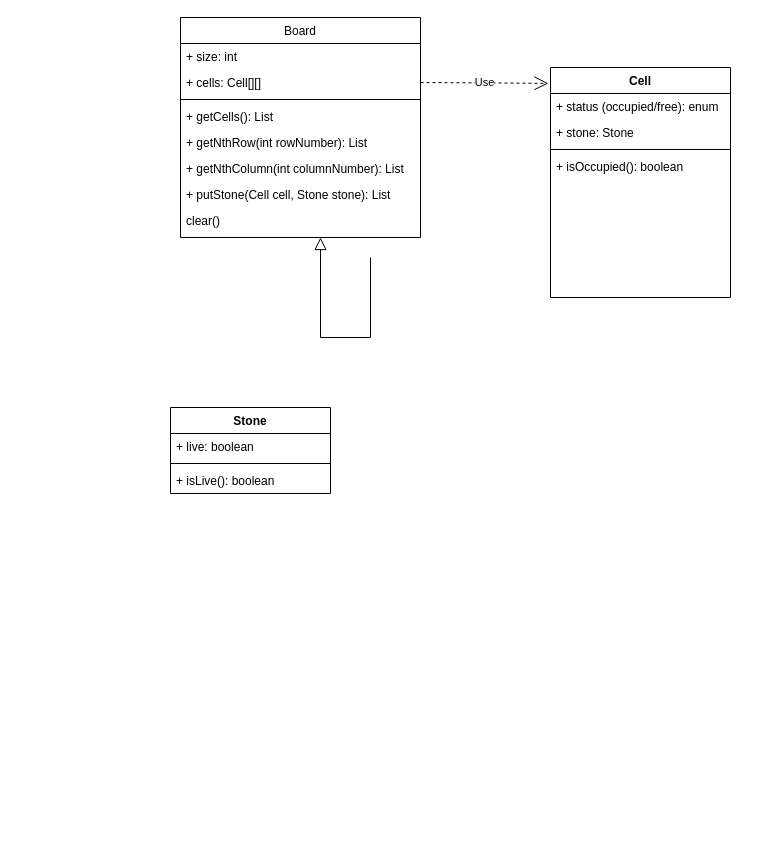
Earlier version of the draw.io diagram class_diagram.drawio (peiva-git/SDM_project). Source tidied: cells renumbered, new cells numbered last; positions are measured from the earlier drawing's top-left corner, leaving out a move shared by most shapes. Both pictures are drawn from the tidied source at 100%, with x=0, y=0 at pixel (170, 17).
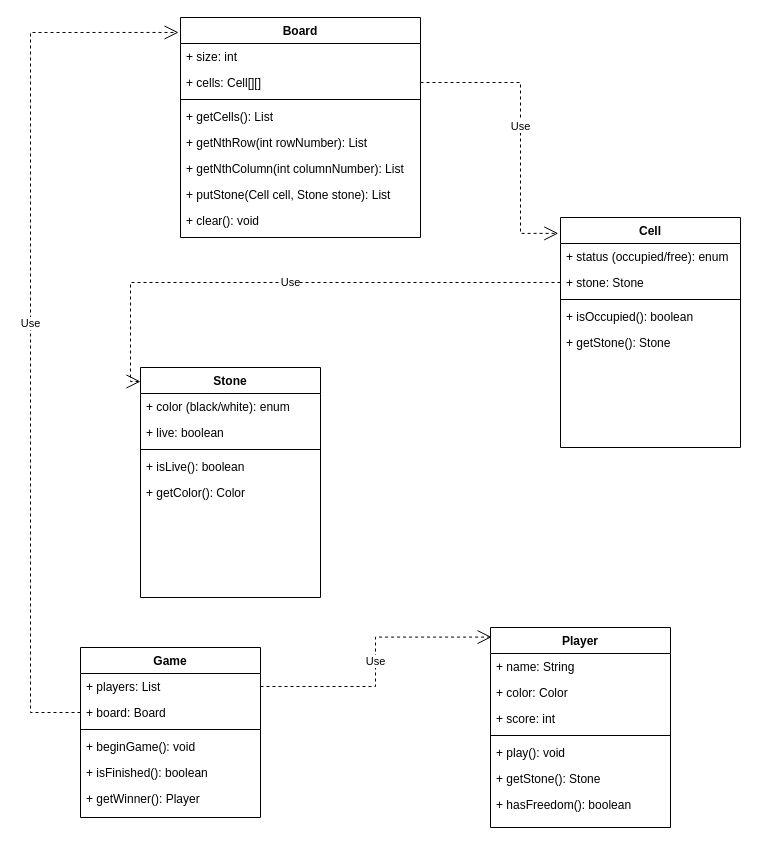
The same page after the edit.

The change refers to these unchanged cells:
```xml
<mxCell id="4" value="+ cells: Cell[][]" style="text;align=left;verticalAlign=top;spacingLeft=4;spacingRight=4;overflow=hidden;points=[[0,0.5],[1,0.5]];portConstraint=eastwest;rounded=0;shadow=0;html=0;" parent="2" vertex="1">
  <mxGeometry y="52" width="240" height="26" as="geometry" />
</mxCell>
<mxCell id="14" value="+ stone: Stone" style="text;align=left;verticalAlign=top;spacingLeft=4;spacingRight=4;overflow=hidden;points=[[0,0.5],[1,0.5]];portConstraint=eastwest;" parent="12" vertex="1">
  <mxGeometry y="52" width="180" height="26" as="geometry" />
</mxCell>
```

What changed in the source:
```diff
@@
-    <mxCell id="2" value="Board" style="swimlane;fontStyle=0;align=center;verticalAlign=top;horizontal=1;startSize=26;rounded=0;shadow=0;strokeWidth=1;" parent="1" vertex="1">
+    <mxCell id="2" value="Board" style="swimlane;fontStyle=1;align=center;verticalAlign=top;horizontal=1;startSize=26;rounded=0;shadow=0;strokeWidth=1;" parent="1" vertex="1">
       <mxGeometry x="10" width="240" height="220" as="geometry" />
     </mxCell>
@@
-    <mxCell id="10" value="clear()" style="text;align=left;verticalAlign=top;spacingLeft=4;spacingRight=4;overflow=hidden;" parent="2" vertex="1">
+    <mxCell id="10" value="+ clear(): void" style="text;align=left;verticalAlign=top;spacingLeft=4;spacingRight=4;overflow=hidden;" parent="2" vertex="1">
       <mxGeometry y="190" width="240" height="26" as="geometry" />
     </mxCell>
-    <mxCell id="11" style="endArrow=block;endSize=10;endFill=0;shadow=0;strokeWidth=1;rounded=0;edgeStyle=elbowEdgeStyle;elbow=vertical;" parent="1" edge="1" target="2">
-      <mxGeometry relative="1" as="geometry">
-        <mxPoint x="200" y="240" as="sourcePoint" />
-        <Array as="points">
-          <mxPoint x="150" y="320" />
-        </Array>
-      </mxGeometry>
-    </mxCell>
     <mxCell id="12" value="Cell" style="swimlane;fontStyle=1;align=center;verticalAlign=top;horizontal=1;startSize=26;rounded=0;shadow=0;strokeWidth=1;" parent="1" vertex="1">
-      <mxGeometry x="380" y="50" width="180" height="230" as="geometry" />
+      <mxGeometry x="390" y="200" width="180" height="230" as="geometry" />
     </mxCell>
@@
+    <mxCell id="22" value="+ getStone(): Stone" style="text;align=left;verticalAlign=top;spacingLeft=4;spacingRight=4;overflow=hidden;" parent="12" vertex="1">
+      <mxGeometry y="112" width="180" height="26" as="geometry" />
+    </mxCell>
-    <mxCell id="17" value="Use" style="endArrow=open;endSize=12;dashed=1;html=1;rounded=0;exitX=1;exitY=0.5;exitDx=0;exitDy=0;entryX=-0.012;entryY=0.069;entryDx=0;entryDy=0;entryPerimeter=0;" parent="1" edge="1" source="4" target="12">
-      <mxGeometry relative="1" as="geometry" />
+    <mxCell id="17" value="Use" style="endArrow=open;endSize=12;dashed=1;html=1;rounded=0;exitX=1;exitY=0.5;exitDx=0;exitDy=0;entryX=-0.012;entryY=0.069;entryDx=0;entryDy=0;entryPerimeter=0;edgeStyle=orthogonalEdgeStyle;" parent="1" edge="1" source="4" target="12">
+      <mxGeometry relative="1" as="geometry">
+        <Array as="points">
+          <mxPoint x="350" y="65" />
+          <mxPoint x="350" y="216" />
+        </Array>
+      </mxGeometry>
     </mxCell>
+    <mxCell id="23" value="Use" style="endArrow=open;endSize=12;dashed=1;html=1;rounded=0;exitX=0;exitY=0.5;exitDx=0;exitDy=0;edgeStyle=orthogonalEdgeStyle;entryX=0;entryY=0.061;entryDx=0;entryDy=0;entryPerimeter=0;" parent="1" edge="1" source="14" target="18">
+      <mxGeometry relative="1" as="geometry" />
+    </mxCell>
-    <mxCell id="18" value="Stone" style="swimlane;fontStyle=1;align=center;verticalAlign=top;horizontal=1;startSize=26;whiteSpace=wrap;html=1;" parent="1" vertex="1">
-      <mxGeometry y="390" width="160" height="86" as="geometry" />
+    <mxCell id="18" value="Stone" style="swimlane;fontStyle=1;align=center;verticalAlign=top;horizontal=1;startSize=26;rounded=0;shadow=0;strokeWidth=1;" parent="1" vertex="1">
+      <mxGeometry x="-30" y="350" width="180" height="230" as="geometry" />
     </mxCell>
+    <mxCell id="24" value="+ color (black/white): enum" style="text;align=left;verticalAlign=top;spacingLeft=4;spacingRight=4;overflow=hidden;" parent="18" vertex="1">
+      <mxGeometry y="26" width="180" height="26" as="geometry" />
+    </mxCell>
-    <mxCell id="19" value="+ live: boolean" style="text;strokeColor=none;fillColor=none;align=left;verticalAlign=top;spacingLeft=4;spacingRight=4;overflow=hidden;whiteSpace=wrap;html=1;" parent="18" vertex="1">
-      <mxGeometry y="26" width="160" height="26" as="geometry" />
+    <mxCell id="19" value="+ live: boolean" style="text;align=left;verticalAlign=top;spacingLeft=4;spacingRight=4;overflow=hidden;" parent="18" vertex="1">
+      <mxGeometry y="52" width="180" height="26" as="geometry" />
     </mxCell>
-    <mxCell id="20" style="line;strokeWidth=1;fillColor=none;align=left;verticalAlign=middle;spacingTop=-1;spacingLeft=3;spacingRight=3;labelPosition=right;strokeColor=inherit;" parent="18" vertex="1">
-      <mxGeometry y="52" width="160" height="8" as="geometry" />
-    </mxCell>
+    <mxCell id="25" style="line;html=1;strokeWidth=1;align=left;verticalAlign=middle;spacingTop=-1;spacingLeft=3;spacingRight=3;labelPosition=right;" parent="18" vertex="1">
+      <mxGeometry y="78" width="180" height="8" as="geometry" />
+    </mxCell>
-    <mxCell id="21" value="+ isLive(): boolean" style="text;strokeColor=none;fillColor=none;align=left;verticalAlign=top;spacingLeft=4;spacingRight=4;overflow=hidden;whiteSpace=wrap;html=1;" parent="18" vertex="1">
-      <mxGeometry y="60" width="160" height="26" as="geometry" />
+    <mxCell id="21" value="+ isLive(): boolean" style="text;align=left;verticalAlign=top;spacingLeft=4;spacingRight=4;overflow=hidden;" parent="18" vertex="1">
+      <mxGeometry y="86" width="180" height="26" as="geometry" />
     </mxCell>
+    <mxCell id="26" value="+ getColor(): Color" style="text;align=left;verticalAlign=top;spacingLeft=4;spacingRight=4;overflow=hidden;" parent="18" vertex="1">
+      <mxGeometry y="112" width="180" height="26" as="geometry" />
+    </mxCell>
+    <mxCell id="27" value="Player" style="swimlane;fontStyle=1;align=center;verticalAlign=top;horizontal=1;startSize=26;rounded=0;shadow=0;strokeWidth=1;" parent="1" vertex="1">
+      <mxGeometry x="320" y="610" width="180" height="200" as="geometry" />
+    </mxCell>
+    <mxCell id="28" value="+ name: String" style="text;align=left;verticalAlign=top;spacingLeft=4;spacingRight=4;overflow=hidden;" parent="27" vertex="1">
+      <mxGeometry y="26" width="180" height="26" as="geometry" />
+    </mxCell>
+    <mxCell id="29" value="+ color: Color" style="text;align=left;verticalAlign=top;spacingLeft=4;spacingRight=4;overflow=hidden;" parent="27" vertex="1">
+      <mxGeometry y="52" width="180" height="26" as="geometry" />
+    </mxCell>
+    <mxCell id="30" value="+ score: int" style="text;align=left;verticalAlign=top;spacingLeft=4;spacingRight=4;overflow=hidden;" parent="27" vertex="1">
+      <mxGeometry y="78" width="180" height="26" as="geometry" />
+    </mxCell>
+    <mxCell id="31" style="line;html=1;strokeWidth=1;align=left;verticalAlign=middle;spacingTop=-1;spacingLeft=3;spacingRight=3;labelPosition=right;" parent="27" vertex="1">
+      <mxGeometry y="104" width="180" height="8" as="geometry" />
+    </mxCell>
+    <mxCell id="32" value="+ play(): void" style="text;align=left;verticalAlign=top;spacingLeft=4;spacingRight=4;overflow=hidden;" parent="27" vertex="1">
+      <mxGeometry y="112" width="180" height="26" as="geometry" />
+    </mxCell>
+    <mxCell id="33" value="+ getStone(): Stone" style="text;align=left;verticalAlign=top;spacingLeft=4;spacingRight=4;overflow=hidden;" parent="27" vertex="1">
+      <mxGeometry y="138" width="180" height="26" as="geometry" />
+    </mxCell>
+    <mxCell id="34" value="+ hasFreedom(): boolean" style="text;align=left;verticalAlign=top;spacingLeft=4;spacingRight=4;overflow=hidden;" parent="27" vertex="1">
+      <mxGeometry y="164" width="180" height="26" as="geometry" />
+    </mxCell>
+    <mxCell id="35" value="Game" style="swimlane;fontStyle=1;align=center;verticalAlign=top;horizontal=1;startSize=26;rounded=0;shadow=0;strokeWidth=1;" parent="1" vertex="1">
+      <mxGeometry x="-90" y="630" width="180" height="170" as="geometry" />
+    </mxCell>
+    <mxCell id="36" value="+ players: List" style="text;align=left;verticalAlign=top;spacingLeft=4;spacingRight=4;overflow=hidden;points=[[0,0.5],[1,0.5]];portConstraint=eastwest;" parent="35" vertex="1">
+      <mxGeometry y="26" width="180" height="26" as="geometry" />
+    </mxCell>
+    <mxCell id="37" value="+ board: Board" style="text;align=left;verticalAlign=top;spacingLeft=4;spacingRight=4;overflow=hidden;points=[[0,0.5],[1,0.5]];portConstraint=eastwest;" parent="35" vertex="1">
+      <mxGeometry y="52" width="180" height="26" as="geometry" />
+    </mxCell>
+    <mxCell id="38" style="line;html=1;strokeWidth=1;align=left;verticalAlign=middle;spacingTop=-1;spacingLeft=3;spacingRight=3;labelPosition=right;" parent="35" vertex="1">
+      <mxGeometry y="78" width="180" height="8" as="geometry" />
+    </mxCell>
+    <mxCell id="39" value="+ beginGame(): void" style="text;align=left;verticalAlign=top;spacingLeft=4;spacingRight=4;overflow=hidden;" parent="35" vertex="1">
+      <mxGeometry y="86" width="180" height="26" as="geometry" />
+    </mxCell>
+    <mxCell id="40" value="+ isFinished(): boolean" style="text;align=left;verticalAlign=top;spacingLeft=4;spacingRight=4;overflow=hidden;" parent="35" vertex="1">
+      <mxGeometry y="112" width="180" height="26" as="geometry" />
+    </mxCell>
+    <mxCell id="41" value="+ getWinner(): Player" style="text;align=left;verticalAlign=top;spacingLeft=4;spacingRight=4;overflow=hidden;" parent="35" vertex="1">
+      <mxGeometry y="138" width="180" height="26" as="geometry" />
+    </mxCell>
+    <mxCell id="42" value="Use" style="endArrow=open;endSize=12;dashed=1;html=1;rounded=0;exitX=1;exitY=0.5;exitDx=0;exitDy=0;entryX=0.006;entryY=0.048;entryDx=0;entryDy=0;entryPerimeter=0;edgeStyle=orthogonalEdgeStyle;" parent="1" edge="1" source="36" target="27">
+      <mxGeometry relative="1" as="geometry" />
+    </mxCell>
+    <mxCell id="43" value="Use" style="endArrow=open;endSize=12;dashed=1;html=1;rounded=0;exitX=0;exitY=0.5;exitDx=0;exitDy=0;entryX=-0.008;entryY=0.068;entryDx=0;entryDy=0;entryPerimeter=0;edgeStyle=orthogonalEdgeStyle;" parent="1" edge="1" source="37" target="2">
+      <mxGeometry relative="1" as="geometry">
+        <Array as="points">
+          <mxPoint x="-140" y="695" />
+          <mxPoint x="-140" y="15" />
+        </Array>
+      </mxGeometry>
+    </mxCell>
```
